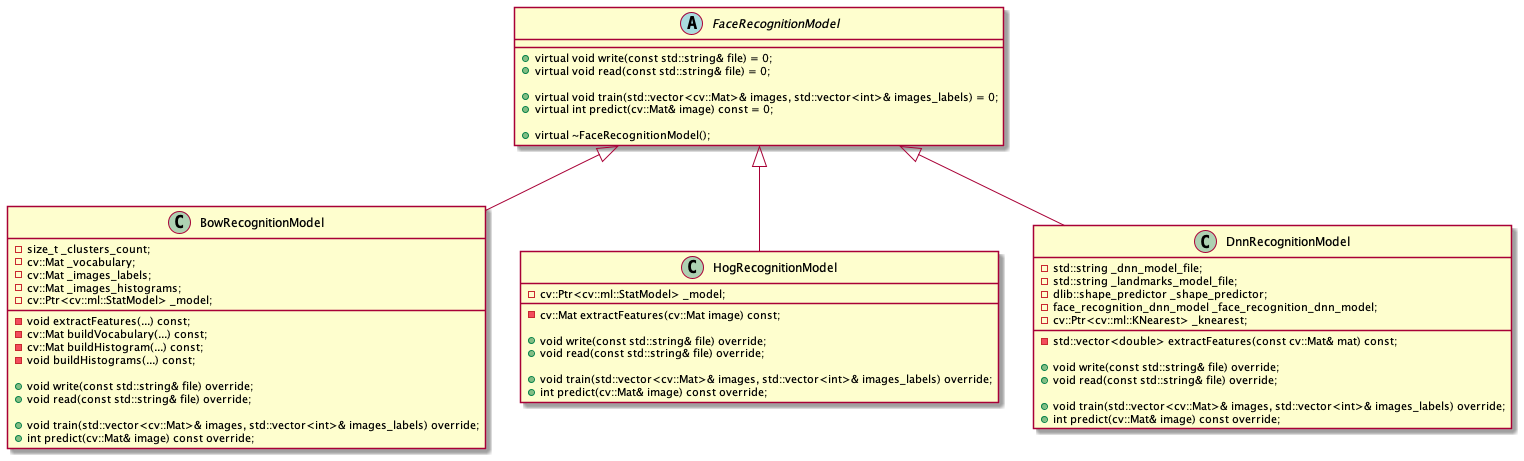
Earlier version of the PlantUML export Resources/uml_face_recognition.png (st235/HSE.2DImageProcessing.Week7).
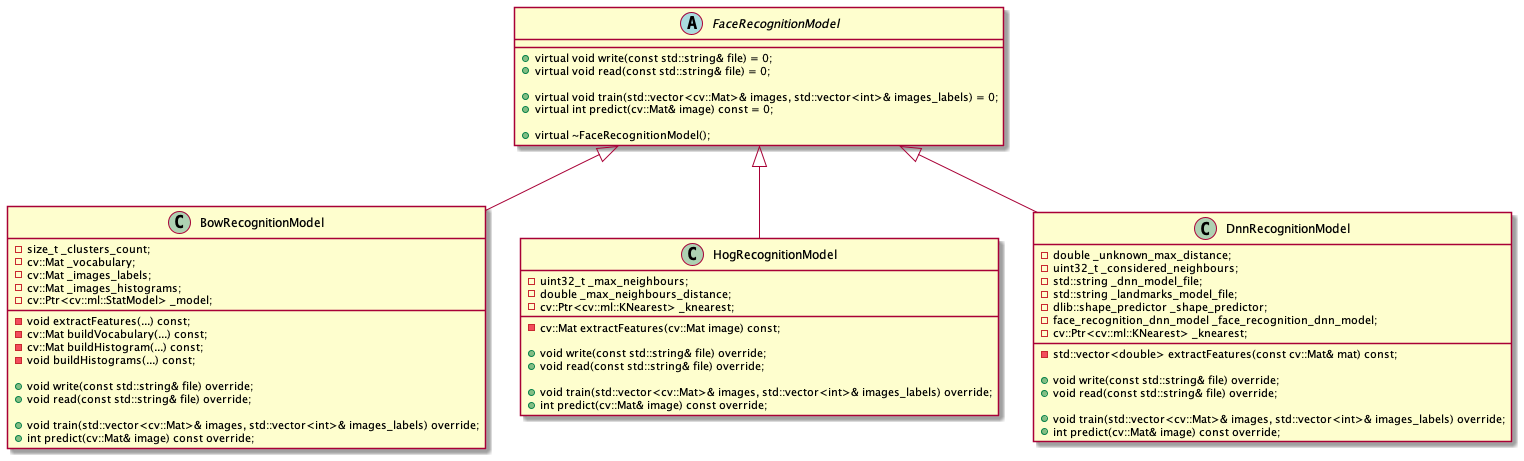
The same diagram one commit later.

Commit message:
updated readme: fixed uml models.

Change to the diagram source:
```diff
@@ -30,7 +30,9 @@
 }
 
 class HogRecognitionModel {
-- cv::Ptr<cv::ml::StatModel> _model;
+- uint32_t _max_neighbours;
+- double _max_neighbours_distance;
+- cv::Ptr<cv::ml::KNearest> _knearest;
 - cv::Mat extractFeatures(cv::Mat image) const;
 
 + void write(const std::string& file) override;
@@ -41,6 +43,8 @@
 }
 
 class DnnRecognitionModel {
+- double _unknown_max_distance;
+- uint32_t _considered_neighbours;
 - std::string _dnn_model_file;
 - std::string _landmarks_model_file;
 - dlib::shape_predictor _shape_predictor;
```
